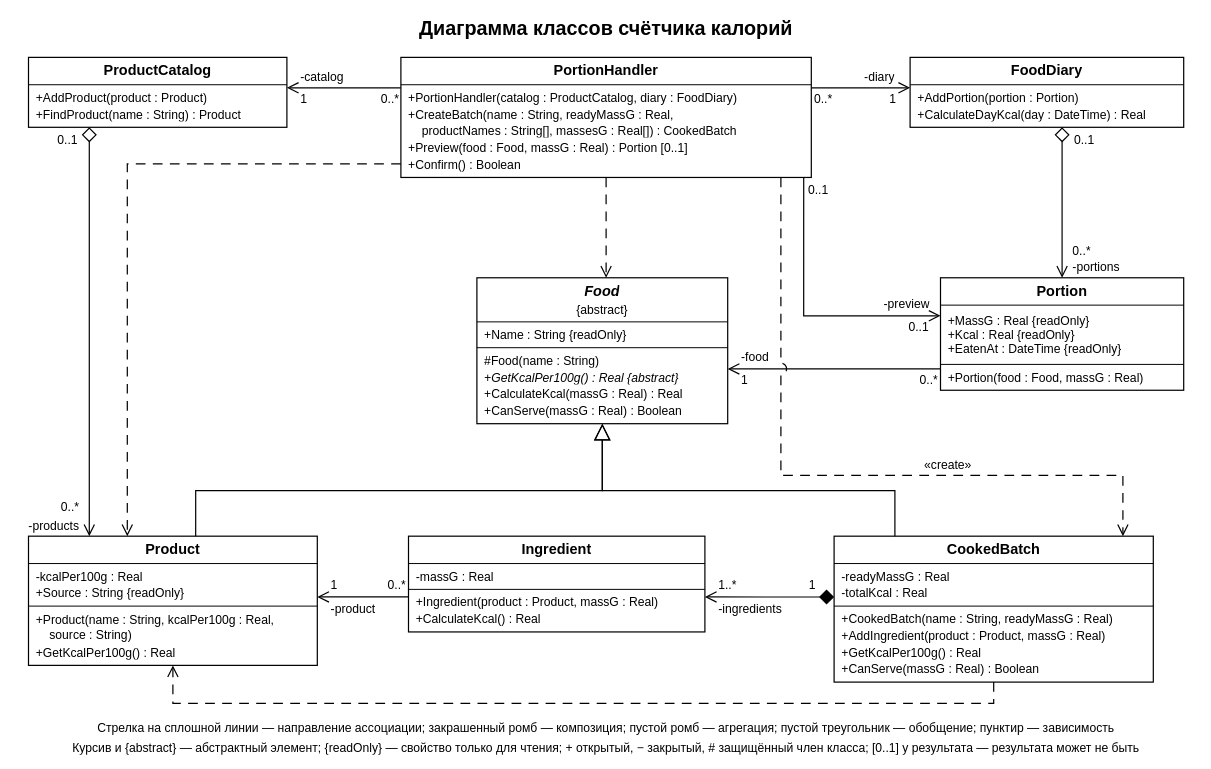
The draw.io diagram page "2.1 Диаграмма классов" (4 of 11) of Лабораторная 3/Счётчик калорий.drawio in Vvvv4a40/OOAP, before the edit. Source tidied: cells renumbered, new cells numbered last; positions are measured from the earlier drawing's top-left corner, leaving out a move shared by most shapes. Both pictures are drawn from the tidied source at 76%, with x=0, y=0 at pixel (13, 13).
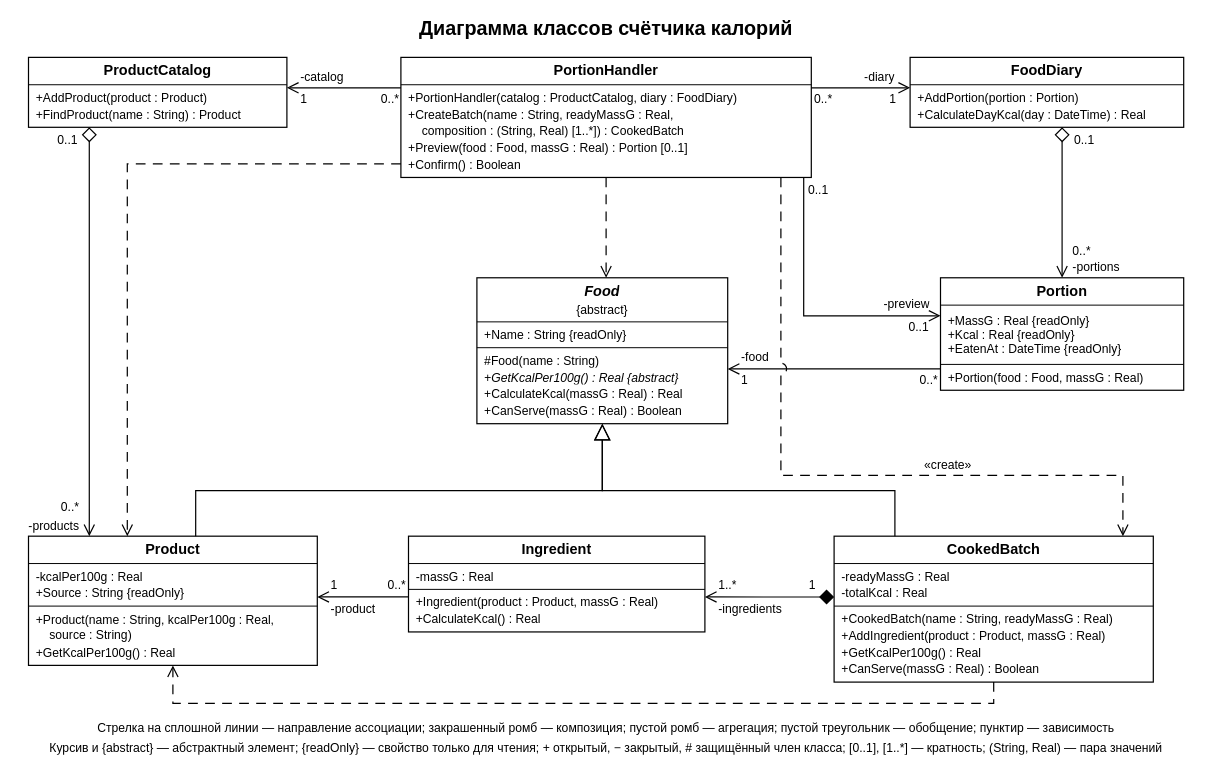
The same diagram, later.

Unchanged cells that the change refers to:
```xml
<mxCell id="8" style="html=0;whiteSpace=wrap;fillColor=#ffffff;strokeColor=#000000;strokeWidth=1.6;rounded=0;shape=rectangle;fontColor=#000000;fontFamily=Arial;" parent="1" vertex="1">
  <mxGeometry x="510" y="58" width="540" height="158" as="geometry" />
</mxCell>
```

What changed in the source:
```diff
@@
-    <mxCell id="12" value="+CreateBatch(name : String, readyMassG : Real,&#10;    productNames : String[], massesG : Real[]) : CookedBatch" style="text;html=0;whiteSpace=wrap;overflow=hidden;rounded=0;strokeColor=none;fillColor=none;fontColor=#000000;fontFamily=Arial;spacing=0;fontSize=16;fontStyle=0;align=left;verticalAlign=middle;" parent="8" vertex="1">
+    <mxCell id="12" value="+CreateBatch(name : String, readyMassG : Real,&#10;    composition : (String, Real) [1..*]) : CookedBatch" style="text;html=0;whiteSpace=wrap;overflow=hidden;rounded=0;strokeColor=none;fillColor=none;fontColor=#000000;fontFamily=Arial;spacing=0;fontSize=16;fontStyle=0;align=left;verticalAlign=middle;" parent="8" vertex="1">
       <mxGeometry x="10" y="64" width="520" height="44" as="geometry" />
     </mxCell>
@@
-    <mxCell id="99" value="Курсив и {abstract} — абстрактный элемент; {readOnly} — свойство только для чтения; + открытый, − закрытый, # защищённый член класса; [0..1] у результата — результата может не быть" style="text;html=0;whiteSpace=wrap;overflow=hidden;rounded=0;strokeColor=none;fillColor=none;fontColor=#000000;fontFamily=Arial;spacing=0;fontSize=16;fontStyle=0;align=center;verticalAlign=middle;" parent="1" vertex="1">
+    <mxCell id="99" value="Курсив и {abstract} — абстрактный элемент; {readOnly} — свойство только для чтения; + открытый, − закрытый, # защищённый член класса; [0..1], [1..*] — кратность; (String, Real) — пара значений" style="text;html=0;whiteSpace=wrap;overflow=hidden;rounded=0;strokeColor=none;fillColor=none;fontColor=#000000;fontFamily=Arial;spacing=0;fontSize=16;fontStyle=0;align=center;verticalAlign=middle;" parent="1" vertex="1">
       <mxGeometry y="954" width="1560" height="24" as="geometry" />
     </mxCell>
```
